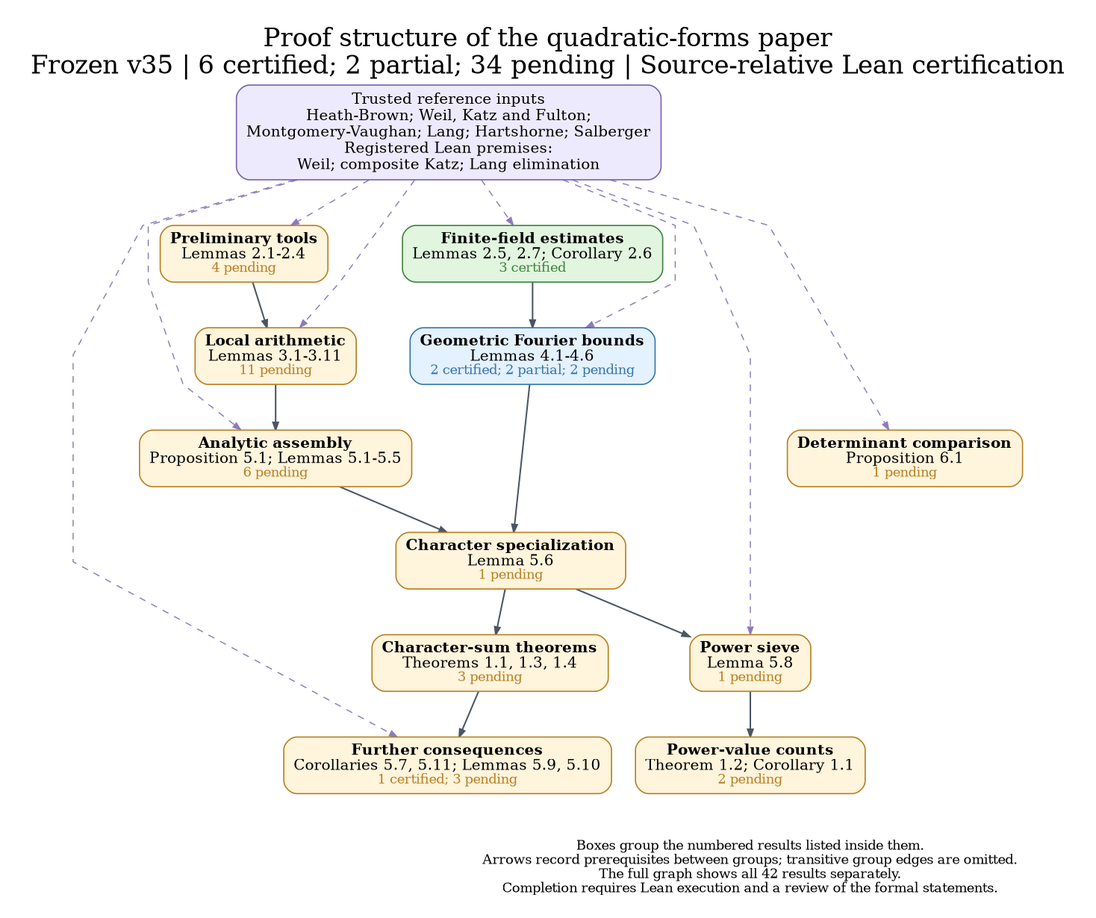
Above: docs/dependency_overview.png in nicolasrobles/quaternary-quadratic-forms (Graphviz), before the change. Its source is kept beside it as docs/dependency_overview.dot.
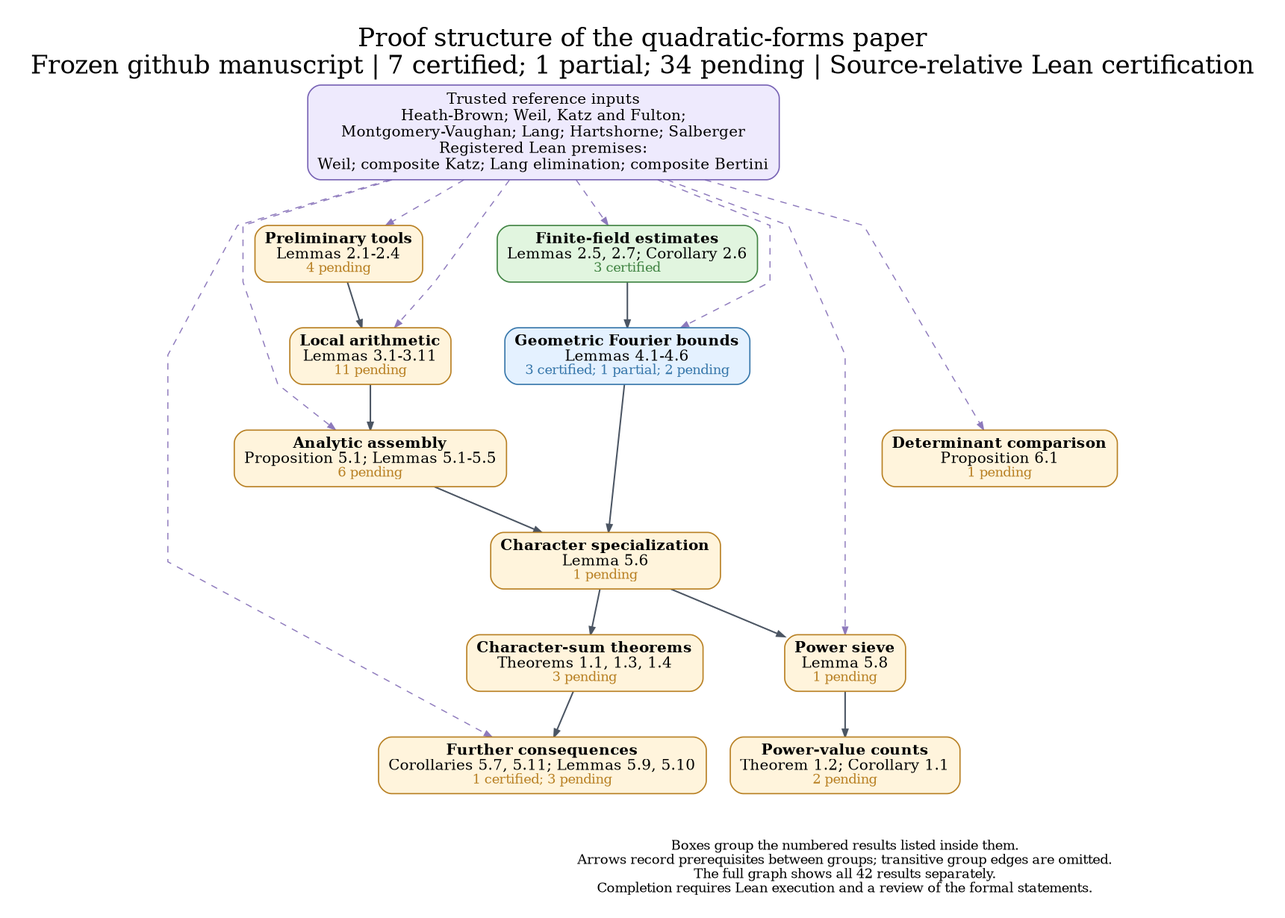
Above is the later version.

What changed in the source:
```diff
@@ -1,16 +1,16 @@
 digraph Overview {
 graph [rankdir=TB, newrank=true, compound=true, outputorder=edgesfirst,
   bgcolor="white", fontname="DejaVu Serif", fontsize=23, labelloc=t,
-  label="Proof structure of the quadratic-forms paper\nFrozen v35 | 6 certified; 2 partial; 34 pending | Source-relative Lean certification",
+  label="Proof structure of the quadratic-forms paper\nFrozen github manuscript | 7 certified; 1 partial; 34 pending | Source-relative Lean certification",
   nodesep=0.30, ranksep=0.58, pad=0.28, splines=polyline];
 node [shape=box, style="rounded,filled", fillcolor="#fff4dc", color="#b88023",
   fontname="DejaVu Serif", fontsize=14, penwidth=1.15, margin="0.12,0.09"];
 edge [color="#4b5563", arrowsize=0.70, penwidth=1.05];
-sources [label="Trusted reference inputs\nHeath-Brown; Weil, Katz and Fulton;\nMontgomery-Vaughan; Lang; Hartshorne; Salberger\nRegistered Lean premises:\nWeil; composite Katz; Lang elimination", fillcolor="#eeeafd", color="#7762b4", fontsize=14];
+sources [label="Trusted reference inputs\nHeath-Brown; Weil, Katz and Fulton;\nMontgomery-Vaughan; Lang; Hartshorne; Salberger\nRegistered Lean premises:\nWeil; composite Katz; Lang elimination; composite Bertini", fillcolor="#eeeafd", color="#7762b4", fontsize=14];
 "prelim" [label=<<B>Preliminary tools</B><BR/>Lemmas 2.1-2.4<BR/><FONT POINT-SIZE="12" COLOR="#b88023">4 pending</FONT>>, fillcolor="#fff4dc", color="#b88023", URL="https://github.com/nicolasrobles/quaternary-quadratic-forms/blob/main/INVENTORY.md", target="_blank"];
 "finite" [label=<<B>Finite-field estimates</B><BR/>Lemmas 2.5, 2.7; Corollary 2.6<BR/><FONT POINT-SIZE="12" COLOR="#408342">3 certified</FONT>>, fillcolor="#e1f5df", color="#408342", URL="https://github.com/nicolasrobles/quaternary-quadratic-forms/blob/main/INVENTORY.md", target="_blank"];
 "local" [label=<<B>Local arithmetic</B><BR/>Lemmas 3.1-3.11<BR/><FONT POINT-SIZE="12" COLOR="#b88023">11 pending</FONT>>, fillcolor="#fff4dc", color="#b88023", URL="https://github.com/nicolasrobles/quaternary-quadratic-forms/blob/main/INVENTORY.md", target="_blank"];
-"fourier" [label=<<B>Geometric Fourier bounds</B><BR/>Lemmas 4.1-4.6<BR/><FONT POINT-SIZE="12" COLOR="#3676aa">2 certified; 2 partial; 2 pending</FONT>>, fillcolor="#e4f1ff", color="#3676aa", URL="https://github.com/nicolasrobles/quaternary-quadratic-forms/blob/main/INVENTORY.md", target="_blank"];
+"fourier" [label=<<B>Geometric Fourier bounds</B><BR/>Lemmas 4.1-4.6<BR/><FONT POINT-SIZE="12" COLOR="#3676aa">3 certified; 1 partial; 2 pending</FONT>>, fillcolor="#e4f1ff", color="#3676aa", URL="https://github.com/nicolasrobles/quaternary-quadratic-forms/blob/main/INVENTORY.md", target="_blank"];
 "analytic" [label=<<B>Analytic assembly</B><BR/>Proposition 5.1; Lemmas 5.1-5.5<BR/><FONT POINT-SIZE="12" COLOR="#b88023">6 pending</FONT>>, fillcolor="#fff4dc", color="#b88023", URL="https://github.com/nicolasrobles/quaternary-quadratic-forms/blob/main/INVENTORY.md", target="_blank"];
 "characters" [label=<<B>Character specialization</B><BR/>Lemma 5.6<BR/><FONT POINT-SIZE="12" COLOR="#b88023">1 pending</FONT>>, fillcolor="#fff4dc", color="#b88023", URL="https://github.com/nicolasrobles/quaternary-quadratic-forms/blob/main/INVENTORY.md", target="_blank"];
 "sieve" [label=<<B>Power sieve</B><BR/>Lemma 5.8<BR/><FONT POINT-SIZE="12" COLOR="#b88023">1 pending</FONT>>, fillcolor="#fff4dc", color="#b88023", URL="https://github.com/nicolasrobles/quaternary-quadratic-forms/blob/main/INVENTORY.md", target="_blank"];
```
